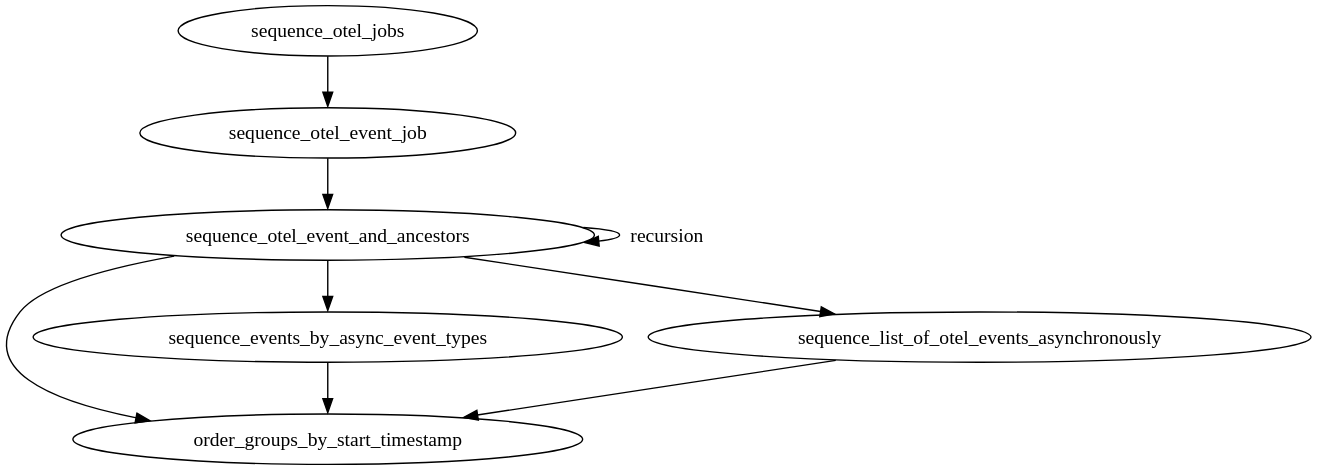
Earlier version of the PlantUML export docs/development/design/4-DN-Sequencing_pv_events_from_otel_unique_graphs/call_graph.svg (xtuml/otel2puml). Its source is kept beside it as docs/development/design/4-DN-Sequencing_pv_events_from_otel_unique_graphs/call_graph.puml. Source of this version:
```plantuml
@startuml
digraph G {
  node [style=rounded];
  sequence_otel_jobs [label="sequence_otel_jobs"];
    sequence_otel_event_job [label="sequence_otel_event_job"];
    sequence_otel_jobs -> sequence_otel_event_job;
        sequence_otel_event_and_ancestors [label="sequence_otel_event_and_ancestors"];
        sequence_otel_event_job -> sequence_otel_event_and_ancestors;
            order_groups_by_start_timestamp [label="order_groups_by_start_timestamp"];
            sequence_otel_event_and_ancestors -> order_groups_by_start_timestamp;
            sequence_otel_event_and_ancestors -> sequence_otel_event_and_ancestors [label="recursion"];
            sequence_events_by_async_event_types [label="sequence_events_by_async_event_types"];
            sequence_otel_event_and_ancestors -> sequence_events_by_async_event_types;
                sequence_events_by_async_event_types -> order_groups_by_start_timestamp;
            sequence_list_of_otel_events_asynchronously [label="sequence_list_of_otel_events_asynchronously"];
            sequence_otel_event_and_ancestors -> sequence_list_of_otel_events_asynchronously;
                sequence_list_of_otel_events_asynchronously -> order_groups_by_start_timestamp;
}
@enduml
```
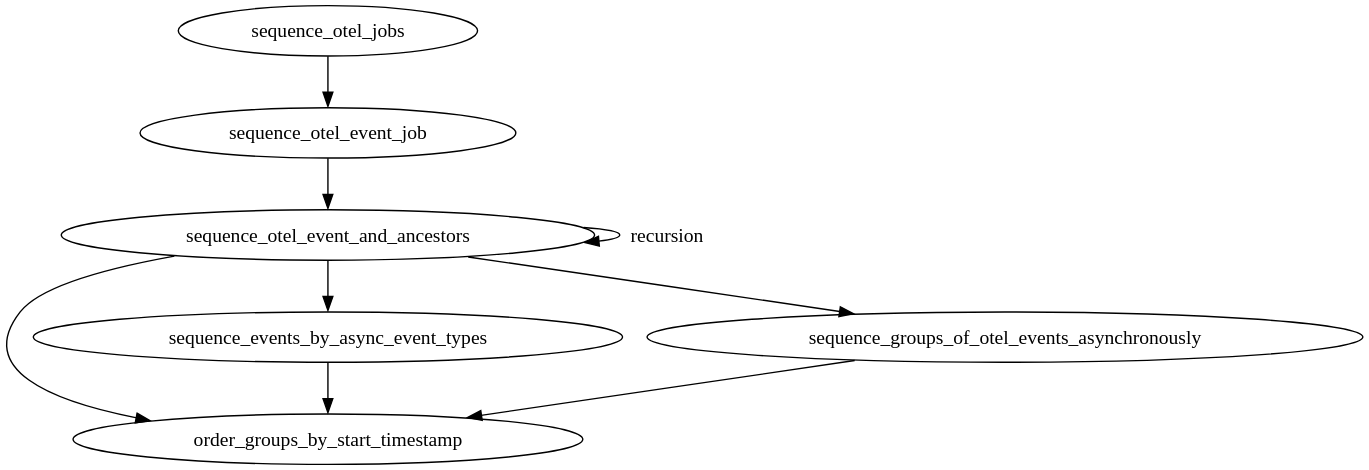
After the commit.

Commit message:
56 function to sequence a list of otelevent asynchronously (#89)

The edit, as a diff of the source:
```diff
@@ -12,8 +12,8 @@
             sequence_events_by_async_event_types [label="sequence_events_by_async_event_types"];
             sequence_otel_event_and_ancestors -> sequence_events_by_async_event_types;
                 sequence_events_by_async_event_types -> order_groups_by_start_timestamp;
-            sequence_list_of_otel_events_asynchronously [label="sequence_list_of_otel_events_asynchronously"];
-            sequence_otel_event_and_ancestors -> sequence_list_of_otel_events_asynchronously;
-                sequence_list_of_otel_events_asynchronously -> order_groups_by_start_timestamp;
+            sequence_groups_of_otel_events_asynchronously [label="sequence_groups_of_otel_events_asynchronously"];
+            sequence_otel_event_and_ancestors -> sequence_groups_of_otel_events_asynchronously;
+                sequence_groups_of_otel_events_asynchronously -> order_groups_by_start_timestamp;
 }
 @enduml
```
